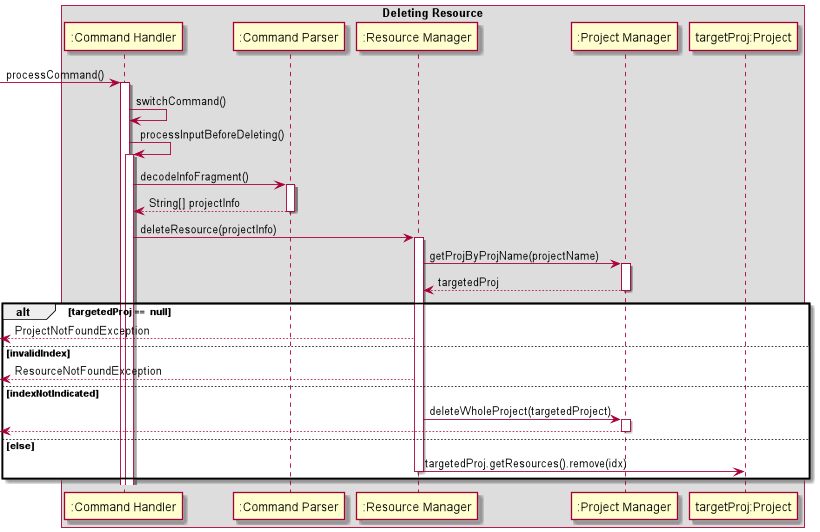
This is docs/puml_img/Delete.png from s-t-e-f/tp, a PlantUML export, as it was before one commit.
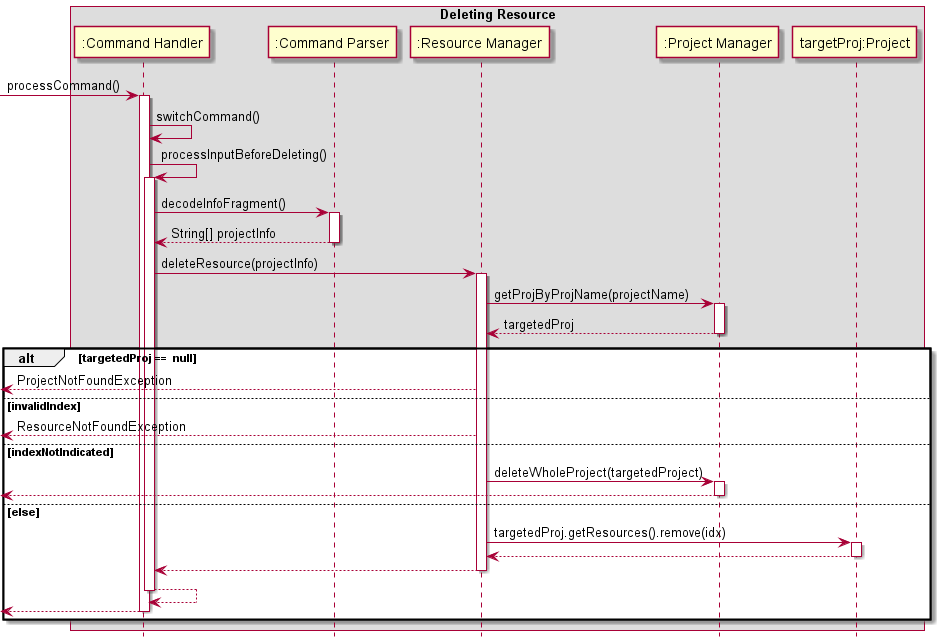
Later version of the same file.

Change to the diagram source:
```diff
@@ -1,4 +1,5 @@
 @startuml
+hide footbox
 
 box Deleting Resource
 participant ":Command Handler" as CommandHandler
@@ -38,7 +39,14 @@
 
 else else
     ResourceManager -> targetedProj : targetedProj.getResources().remove(idx)
-    deactivate
+    activate targetedProj
+    return
+    return
+
+return
+return
+
+
 end
 
 
```
